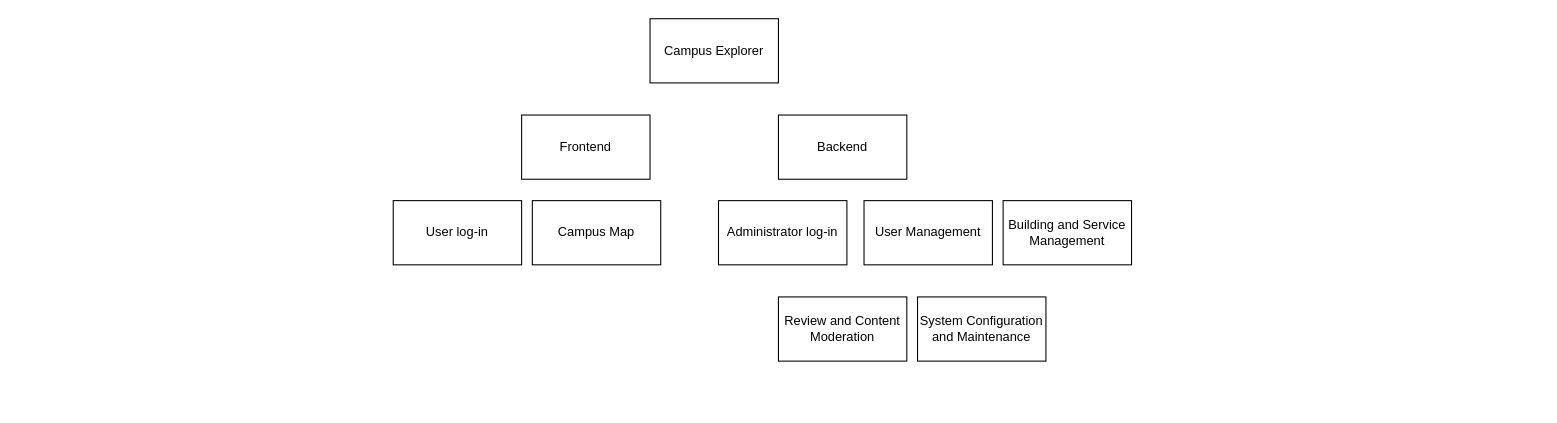
The draw.io diagram 未命名绘图.drawio in Thea-xy/ddp_pma, before the edit. Source tidied: cells renumbered, new cells numbered last; positions are measured from the earlier drawing's top-left corner, leaving out a move shared by most shapes. Both pictures are drawn from the tidied source at 107%, with x=0, y=0 at pixel (393, 18).
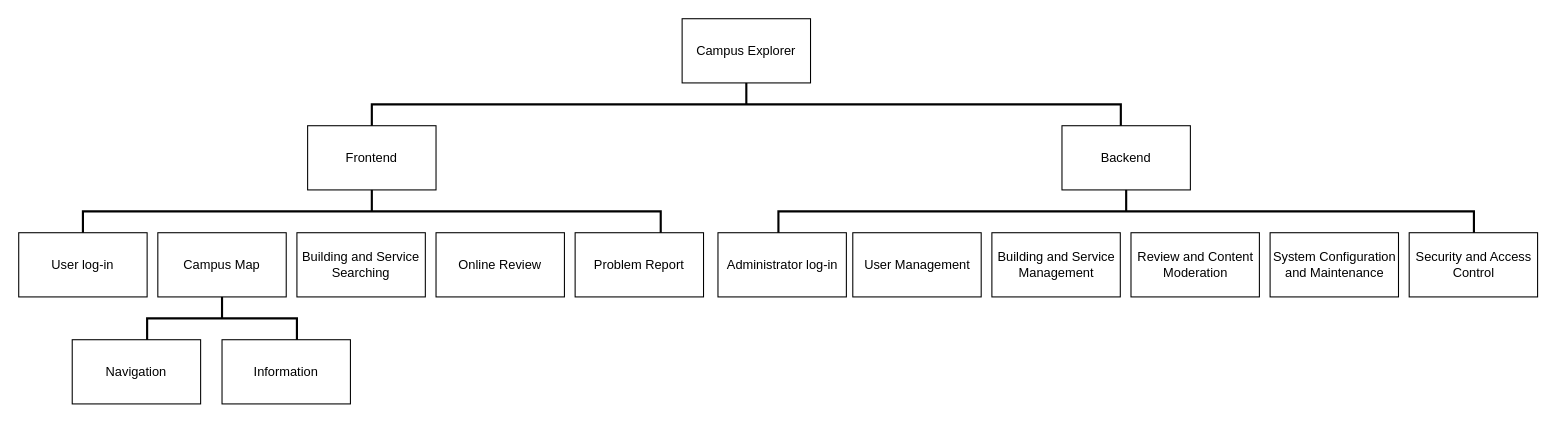
The same page after the edit.

Commit message (it also covers changes not shown here):
function structure

What changed in the source:
```diff
@@
     <mxCell id="2" value="Campus Explorer" style="rounded=0;whiteSpace=wrap;html=1;" parent="1" vertex="1">
-      <mxGeometry x="240" width="120" height="60" as="geometry" />
+      <mxGeometry x="270" width="120" height="60" as="geometry" />
     </mxCell>
     <mxCell id="3" value="Frontend" style="rounded=0;whiteSpace=wrap;html=1;" parent="1" vertex="1">
-      <mxGeometry x="120" y="90" width="120" height="60" as="geometry" />
+      <mxGeometry x="-80" y="100" width="120" height="60" as="geometry" />
     </mxCell>
     <mxCell id="4" value="Backend" style="rounded=0;whiteSpace=wrap;html=1;" parent="1" vertex="1">
-      <mxGeometry x="360" y="90" width="120" height="60" as="geometry" />
+      <mxGeometry x="625" y="100" width="120" height="60" as="geometry" />
     </mxCell>
     <mxCell id="5" value="User log-in" style="rounded=0;whiteSpace=wrap;html=1;" parent="1" vertex="1">
-      <mxGeometry y="170" width="120" height="60" as="geometry" />
+      <mxGeometry x="-350" y="200" width="120" height="60" as="geometry" />
     </mxCell>
     <mxCell id="6" value="Administrator&amp;nbsp;log-in" style="rounded=0;whiteSpace=wrap;html=1;" parent="1" vertex="1">
-      <mxGeometry x="304" y="170" width="120" height="60" as="geometry" />
+      <mxGeometry x="303.5" y="200" width="120" height="60" as="geometry" />
     </mxCell>
     <mxCell id="7" value="Campus Map" style="rounded=0;whiteSpace=wrap;html=1;" parent="1" vertex="1">
-      <mxGeometry x="130" y="170" width="120" height="60" as="geometry" />
+      <mxGeometry x="-220" y="200" width="120" height="60" as="geometry" />
     </mxCell>
     <mxCell id="8" value="User Management" style="rounded=0;whiteSpace=wrap;html=1;" parent="1" vertex="1">
-      <mxGeometry x="440" y="170" width="120" height="60" as="geometry" />
+      <mxGeometry x="429.5" y="200" width="120" height="60" as="geometry" />
     </mxCell>
     <mxCell id="9" value="Building and Service Management" style="rounded=0;whiteSpace=wrap;html=1;" parent="1" vertex="1">
-      <mxGeometry x="570" y="170" width="120" height="60" as="geometry" />
+      <mxGeometry x="559.5" y="200" width="120" height="60" as="geometry" />
     </mxCell>
     <mxCell id="10" value="Review and Content Moderation" style="rounded=0;whiteSpace=wrap;html=1;" parent="1" vertex="1">
-      <mxGeometry x="360" y="260" width="120" height="60" as="geometry" />
+      <mxGeometry x="689.5" y="200" width="120" height="60" as="geometry" />
     </mxCell>
     <mxCell id="11" value="System Configuration and Maintenance" style="rounded=0;whiteSpace=wrap;html=1;" parent="1" vertex="1">
-      <mxGeometry x="490" y="260" width="120" height="60" as="geometry" />
+      <mxGeometry x="819.5" y="200" width="120" height="60" as="geometry" />
     </mxCell>
+    <mxCell id="12" value="Security and Access Control" style="rounded=0;whiteSpace=wrap;html=1;" parent="1" vertex="1">
+      <mxGeometry x="949.5" y="200" width="120" height="60" as="geometry" />
+    </mxCell>
+    <mxCell id="13" value="Navigation" style="rounded=0;whiteSpace=wrap;html=1;" parent="1" vertex="1">
+      <mxGeometry x="-300" y="300" width="120" height="60" as="geometry" />
+    </mxCell>
+    <mxCell id="14" value="Information" style="rounded=0;whiteSpace=wrap;html=1;" parent="1" vertex="1">
+      <mxGeometry x="-160" y="300" width="120" height="60" as="geometry" />
+    </mxCell>
+    <mxCell id="15" value="Building and Service Searching" style="rounded=0;whiteSpace=wrap;html=1;" parent="1" vertex="1">
+      <mxGeometry x="-90" y="200" width="120" height="60" as="geometry" />
+    </mxCell>
+    <mxCell id="16" value="Online Review" style="rounded=0;whiteSpace=wrap;html=1;" parent="1" vertex="1">
+      <mxGeometry x="40" y="200" width="120" height="60" as="geometry" />
+    </mxCell>
+    <mxCell id="17" value="Problem Report" style="rounded=0;whiteSpace=wrap;html=1;" parent="1" vertex="1">
+      <mxGeometry x="170" y="200" width="120" height="60" as="geometry" />
+    </mxCell>
+    <mxCell id="18" style="strokeWidth=2;html=1;shape=mxgraph.flowchart.annotation_2;align=left;labelPosition=right;direction=south;" parent="1" vertex="1">
+      <mxGeometry x="-20" y="60" width="700" height="40" as="geometry" />
+    </mxCell>
+    <mxCell id="19" style="strokeWidth=2;html=1;shape=mxgraph.flowchart.annotation_2;align=left;labelPosition=right;direction=south;" parent="1" vertex="1">
+      <mxGeometry x="-290" y="160" width="540" height="40" as="geometry" />
+    </mxCell>
+    <mxCell id="20" style="strokeWidth=2;html=1;shape=mxgraph.flowchart.annotation_2;align=left;labelPosition=right;direction=south;" parent="1" vertex="1">
+      <mxGeometry x="-230" y="260" width="140" height="40" as="geometry" />
+    </mxCell>
+    <mxCell id="21" style="strokeWidth=2;html=1;shape=mxgraph.flowchart.annotation_2;align=left;labelPosition=right;direction=south;" parent="1" vertex="1">
+      <mxGeometry x="360" y="160" width="650" height="40" as="geometry" />
+    </mxCell>
```
